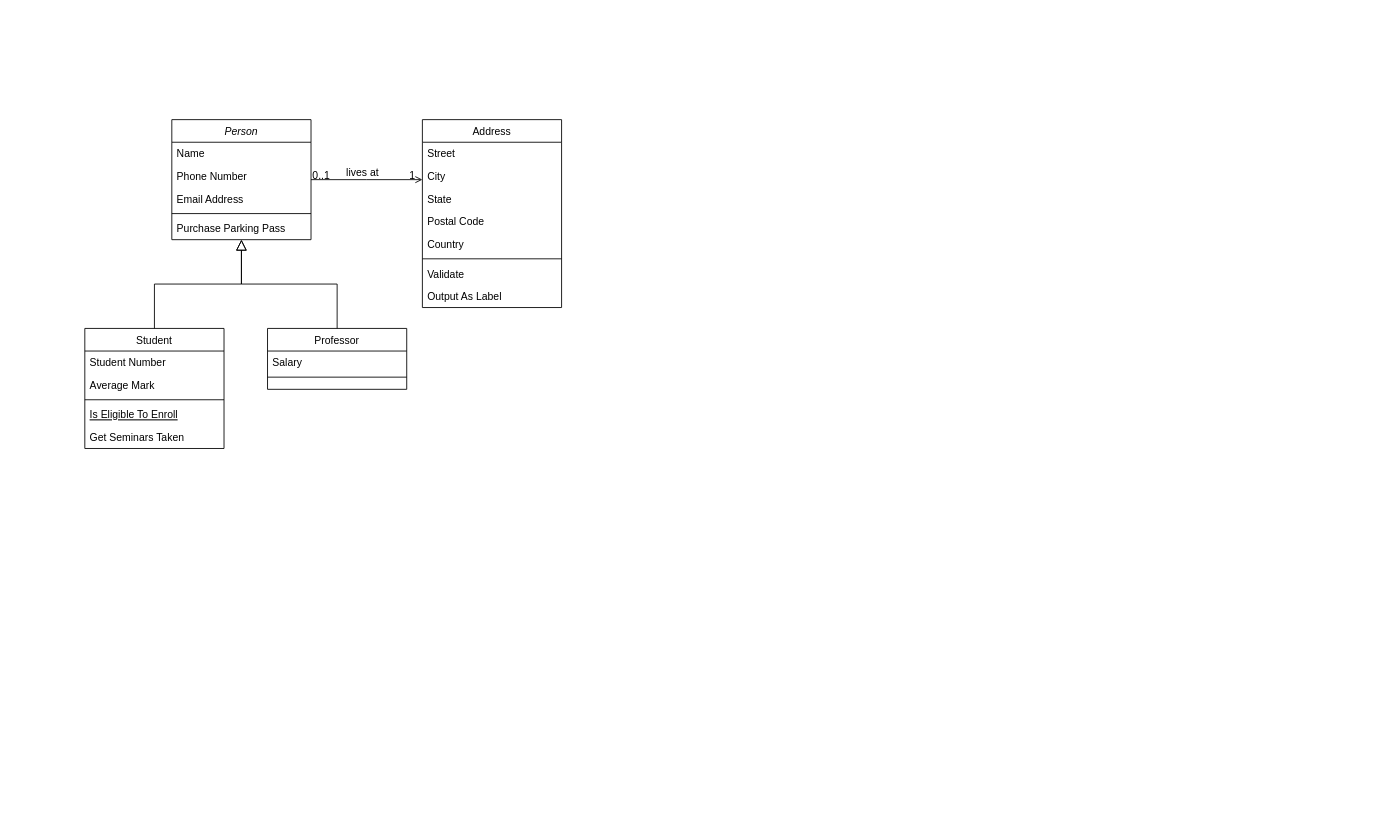
Earlier version of the draw.io diagram BaslerSystem.drawio (MaoLeiGur/VisionPipelineCpp). Source tidied: cells renumbered, new cells numbered last; positions are measured from the earlier drawing's top-left corner, leaving out a move shared by most shapes. Both pictures are drawn from the tidied source at 87%, with x=0, y=0 at pixel (84, 119).
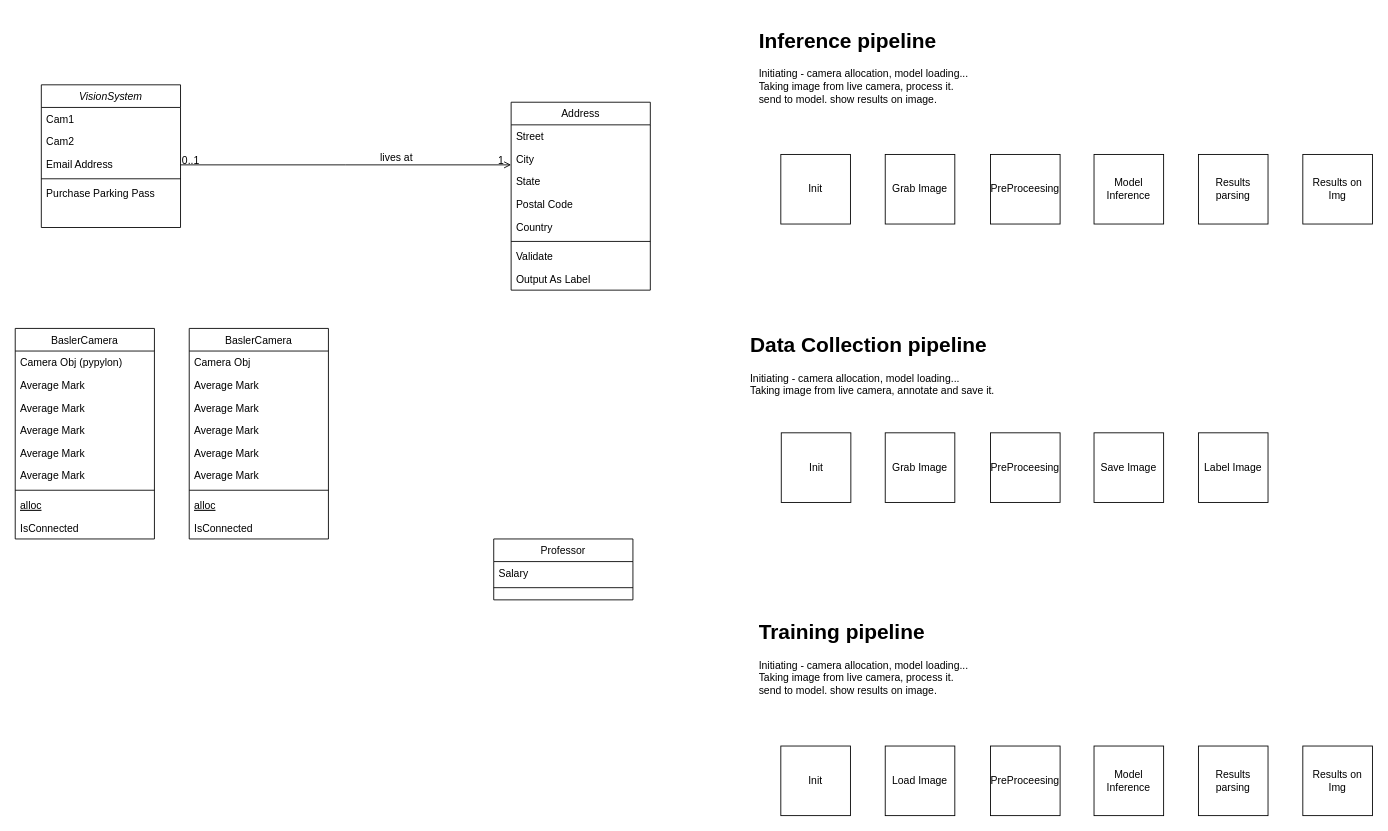
The same page after the edit.

Change to the diagram source:
```diff
@@
-    <mxCell id="2" value="Person" style="swimlane;fontStyle=2;align=center;verticalAlign=top;horizontal=1;startSize=26;rounded=0;shadow=0;strokeWidth=1;" parent="1" vertex="1">
-      <mxGeometry x="100" width="160" height="138" as="geometry" />
+    <mxCell id="2" value="VisionSystem" style="swimlane;fontStyle=2;align=center;verticalAlign=top;horizontal=1;startSize=26;rounded=0;shadow=0;strokeWidth=1;" parent="1" vertex="1">
+      <mxGeometry x="-50" y="-40" width="160" height="164" as="geometry" />
     </mxCell>
-    <mxCell id="3" value="Name" style="text;align=left;verticalAlign=top;spacingLeft=4;spacingRight=4;overflow=hidden;" parent="2" vertex="1">
+    <mxCell id="3" value="Cam1" style="text;align=left;verticalAlign=top;spacingLeft=4;spacingRight=4;overflow=hidden;" parent="2" vertex="1">
       <mxGeometry y="26" width="160" height="26" as="geometry" />
     </mxCell>
-    <mxCell id="4" value="Phone Number" style="text;align=left;verticalAlign=top;spacingLeft=4;spacingRight=4;overflow=hidden;rounded=0;shadow=0;html=0;" parent="2" vertex="1">
-      <mxGeometry y="52" width="160" height="26" as="geometry" />
-    </mxCell>
+    <mxCell id="32" value="Cam2" style="text;align=left;verticalAlign=top;spacingLeft=4;spacingRight=4;overflow=hidden;" parent="2" vertex="1">
+      <mxGeometry y="52" width="160" height="26" as="geometry" />
+    </mxCell>
@@
-    <mxCell id="8" value="Student" style="swimlane;fontStyle=0;align=center;verticalAlign=top;horizontal=1;startSize=26;rounded=0;shadow=0;strokeWidth=1;" parent="1" vertex="1">
-      <mxGeometry y="240" width="160" height="138" as="geometry" />
+    <mxCell id="8" value="BaslerCamera" style="swimlane;fontStyle=0;align=center;verticalAlign=top;horizontal=1;startSize=26;rounded=0;shadow=0;strokeWidth=1;" parent="1" vertex="1">
+      <mxGeometry x="-80" y="240" width="160" height="242" as="geometry" />
     </mxCell>
-    <mxCell id="9" value="Student Number" style="text;align=left;verticalAlign=top;spacingLeft=4;spacingRight=4;overflow=hidden;" parent="8" vertex="1">
+    <mxCell id="9" value="Camera Obj (pypylon)" style="text;align=left;verticalAlign=top;spacingLeft=4;spacingRight=4;overflow=hidden;" parent="8" vertex="1">
       <mxGeometry y="26" width="160" height="26" as="geometry" />
     </mxCell>
@@
+    <mxCell id="33" value="Average Mark" style="text;align=left;verticalAlign=top;spacingLeft=4;spacingRight=4;overflow=hidden;rounded=0;shadow=0;html=0;" parent="8" vertex="1">
+      <mxGeometry y="78" width="160" height="26" as="geometry" />
+    </mxCell>
+    <mxCell id="34" value="Average Mark" style="text;align=left;verticalAlign=top;spacingLeft=4;spacingRight=4;overflow=hidden;rounded=0;shadow=0;html=0;" parent="8" vertex="1">
+      <mxGeometry y="104" width="160" height="26" as="geometry" />
+    </mxCell>
+    <mxCell id="35" value="Average Mark" style="text;align=left;verticalAlign=top;spacingLeft=4;spacingRight=4;overflow=hidden;rounded=0;shadow=0;html=0;" parent="8" vertex="1">
+      <mxGeometry y="130" width="160" height="26" as="geometry" />
+    </mxCell>
+    <mxCell id="36" value="Average Mark" style="text;align=left;verticalAlign=top;spacingLeft=4;spacingRight=4;overflow=hidden;rounded=0;shadow=0;html=0;" parent="8" vertex="1">
+      <mxGeometry y="156" width="160" height="26" as="geometry" />
+    </mxCell>
     <mxCell id="11" style="line;html=1;strokeWidth=1;align=left;verticalAlign=middle;spacingTop=-1;spacingLeft=3;spacingRight=3;labelPosition=right;" parent="8" vertex="1">
-      <mxGeometry y="78" width="160" height="8" as="geometry" />
+      <mxGeometry y="182" width="160" height="8" as="geometry" />
     </mxCell>
-    <mxCell id="12" value="Is Eligible To Enroll" style="text;align=left;verticalAlign=top;spacingLeft=4;spacingRight=4;overflow=hidden;fontStyle=4;" parent="8" vertex="1">
-      <mxGeometry y="86" width="160" height="26" as="geometry" />
+    <mxCell id="12" value="alloc" style="text;align=left;verticalAlign=top;spacingLeft=4;spacingRight=4;overflow=hidden;fontStyle=4;" parent="8" vertex="1">
+      <mxGeometry y="190" width="160" height="26" as="geometry" />
     </mxCell>
-    <mxCell id="13" value="Get Seminars Taken" style="text;align=left;verticalAlign=top;spacingLeft=4;spacingRight=4;overflow=hidden;" parent="8" vertex="1">
-      <mxGeometry y="112" width="160" height="26" as="geometry" />
+    <mxCell id="13" value="IsConnected" style="text;align=left;verticalAlign=top;spacingLeft=4;spacingRight=4;overflow=hidden;" parent="8" vertex="1">
+      <mxGeometry y="216" width="160" height="26" as="geometry" />
     </mxCell>
-    <mxCell id="14" style="endArrow=block;endSize=10;endFill=0;shadow=0;strokeWidth=1;rounded=0;edgeStyle=elbowEdgeStyle;elbow=vertical;" parent="1" edge="1" source="8" target="2">
-      <mxGeometry relative="1" as="geometry" />
-    </mxCell>
     <mxCell id="15" value="Professor" style="swimlane;fontStyle=0;align=center;verticalAlign=top;horizontal=1;startSize=26;rounded=0;shadow=0;strokeWidth=1;" parent="1" vertex="1">
-      <mxGeometry x="210" y="240" width="160" height="70" as="geometry" />
+      <mxGeometry x="470" y="482" width="160" height="70" as="geometry" />
     </mxCell>
@@
-    <mxCell id="18" style="endArrow=block;endSize=10;endFill=0;shadow=0;strokeWidth=1;rounded=0;edgeStyle=elbowEdgeStyle;elbow=vertical;" parent="1" edge="1" source="15" target="2">
-      <mxGeometry relative="1" as="geometry" />
-    </mxCell>
     <mxCell id="19" value="Address" style="swimlane;fontStyle=0;align=center;verticalAlign=top;horizontal=1;startSize=26;rounded=0;shadow=0;strokeWidth=1;" parent="1" vertex="1">
-      <mxGeometry x="388" width="160" height="216" as="geometry" />
+      <mxGeometry x="490" y="-20" width="160" height="216" as="geometry" />
     </mxCell>
@@
+    <mxCell id="37" value="BaslerCamera" style="swimlane;fontStyle=0;align=center;verticalAlign=top;horizontal=1;startSize=26;rounded=0;shadow=0;strokeWidth=1;" parent="1" vertex="1">
+      <mxGeometry x="120" y="240" width="160" height="242" as="geometry" />
+    </mxCell>
+    <mxCell id="38" value="Camera Obj" style="text;align=left;verticalAlign=top;spacingLeft=4;spacingRight=4;overflow=hidden;" parent="37" vertex="1">
+      <mxGeometry y="26" width="160" height="26" as="geometry" />
+    </mxCell>
+    <mxCell id="39" value="Average Mark" style="text;align=left;verticalAlign=top;spacingLeft=4;spacingRight=4;overflow=hidden;rounded=0;shadow=0;html=0;" parent="37" vertex="1">
+      <mxGeometry y="52" width="160" height="26" as="geometry" />
+    </mxCell>
+    <mxCell id="40" value="Average Mark" style="text;align=left;verticalAlign=top;spacingLeft=4;spacingRight=4;overflow=hidden;rounded=0;shadow=0;html=0;" parent="37" vertex="1">
+      <mxGeometry y="78" width="160" height="26" as="geometry" />
+    </mxCell>
+    <mxCell id="41" value="Average Mark" style="text;align=left;verticalAlign=top;spacingLeft=4;spacingRight=4;overflow=hidden;rounded=0;shadow=0;html=0;" parent="37" vertex="1">
+      <mxGeometry y="104" width="160" height="26" as="geometry" />
+    </mxCell>
+    <mxCell id="42" value="Average Mark" style="text;align=left;verticalAlign=top;spacingLeft=4;spacingRight=4;overflow=hidden;rounded=0;shadow=0;html=0;" parent="37" vertex="1">
+      <mxGeometry y="130" width="160" height="26" as="geometry" />
+    </mxCell>
+    <mxCell id="43" value="Average Mark" style="text;align=left;verticalAlign=top;spacingLeft=4;spacingRight=4;overflow=hidden;rounded=0;shadow=0;html=0;" parent="37" vertex="1">
+      <mxGeometry y="156" width="160" height="26" as="geometry" />
+    </mxCell>
+    <mxCell id="44" style="line;html=1;strokeWidth=1;align=left;verticalAlign=middle;spacingTop=-1;spacingLeft=3;spacingRight=3;labelPosition=right;" parent="37" vertex="1">
+      <mxGeometry y="182" width="160" height="8" as="geometry" />
+    </mxCell>
+    <mxCell id="45" value="alloc" style="text;align=left;verticalAlign=top;spacingLeft=4;spacingRight=4;overflow=hidden;fontStyle=4;" parent="37" vertex="1">
+      <mxGeometry y="190" width="160" height="26" as="geometry" />
+    </mxCell>
+    <mxCell id="46" value="IsConnected" style="text;align=left;verticalAlign=top;spacingLeft=4;spacingRight=4;overflow=hidden;" parent="37" vertex="1">
+      <mxGeometry y="216" width="160" height="26" as="geometry" />
+    </mxCell>
+    <mxCell id="47" value="Init" style="rounded=0;whiteSpace=wrap;html=1;" parent="1" vertex="1">
+      <mxGeometry x="800" y="40" width="80" height="80" as="geometry" />
+    </mxCell>
+    <mxCell id="48" value="Grab Image" style="rounded=0;whiteSpace=wrap;html=1;" parent="1" vertex="1">
+      <mxGeometry x="920" y="40" width="80" height="80" as="geometry" />
+    </mxCell>
+    <mxCell id="49" value="PreProceesing" style="rounded=0;whiteSpace=wrap;html=1;" parent="1" vertex="1">
+      <mxGeometry x="1041" y="40" width="80" height="80" as="geometry" />
+    </mxCell>
+    <mxCell id="50" value="Model Inference" style="rounded=0;whiteSpace=wrap;html=1;" parent="1" vertex="1">
+      <mxGeometry x="1160" y="40" width="80" height="80" as="geometry" />
+    </mxCell>
+    <mxCell id="51" value="Results parsing" style="rounded=0;whiteSpace=wrap;html=1;" parent="1" vertex="1">
+      <mxGeometry x="1280" y="40" width="80" height="80" as="geometry" />
+    </mxCell>
+    <mxCell id="52" value="Results on Img" style="rounded=0;whiteSpace=wrap;html=1;" parent="1" vertex="1">
+      <mxGeometry x="1400" y="40" width="80" height="80" as="geometry" />
+    </mxCell>
+    <mxCell id="53" value="&lt;h1&gt;Inference pipeline&lt;/h1&gt;&lt;p&gt;Initiating - camera allocation, model loading...&lt;br&gt;&lt;span style=&quot;background-color: initial;&quot;&gt;Taking image from live camera&lt;/span&gt;&lt;span style=&quot;background-color: initial;&quot;&gt;, process it. send to model. show results on image.&lt;/span&gt;&lt;/p&gt;" style="text;html=1;strokeColor=none;fillColor=none;spacing=5;spacingTop=-20;whiteSpace=wrap;overflow=hidden;rounded=0;" parent="1" vertex="1">
+      <mxGeometry x="770" y="-110" width="250" height="120" as="geometry" />
+    </mxCell>
+    <mxCell id="54" value="Init" style="rounded=0;whiteSpace=wrap;html=1;" parent="1" vertex="1">
+      <mxGeometry x="800.5" y="360" width="80" height="80" as="geometry" />
+    </mxCell>
+    <mxCell id="55" value="Grab Image" style="rounded=0;whiteSpace=wrap;html=1;" parent="1" vertex="1">
+      <mxGeometry x="920" y="360" width="80" height="80" as="geometry" />
+    </mxCell>
+    <mxCell id="56" value="PreProceesing" style="rounded=0;whiteSpace=wrap;html=1;" parent="1" vertex="1">
+      <mxGeometry x="1041" y="360" width="80" height="80" as="geometry" />
+    </mxCell>
+    <mxCell id="57" value="Save Image" style="rounded=0;whiteSpace=wrap;html=1;" parent="1" vertex="1">
+      <mxGeometry x="1160" y="360" width="80" height="80" as="geometry" />
+    </mxCell>
+    <mxCell id="58" value="Label Image" style="rounded=0;whiteSpace=wrap;html=1;" parent="1" vertex="1">
+      <mxGeometry x="1280" y="360" width="80" height="80" as="geometry" />
+    </mxCell>
+    <mxCell id="59" value="&lt;h1&gt;Data Collection pipeline&lt;/h1&gt;&lt;p&gt;Initiating - camera allocation, model loading...&lt;br&gt;&lt;span style=&quot;background-color: initial;&quot;&gt;Taking image from live camera&lt;/span&gt;&lt;span style=&quot;background-color: initial;&quot;&gt;, annotate and save it.&lt;/span&gt;&lt;/p&gt;" style="text;html=1;strokeColor=none;fillColor=none;spacing=5;spacingTop=-20;whiteSpace=wrap;overflow=hidden;rounded=0;" parent="1" vertex="1">
+      <mxGeometry x="760" y="240" width="310" height="120" as="geometry" />
+    </mxCell>
+    <mxCell id="60" value="Init" style="rounded=0;whiteSpace=wrap;html=1;" parent="1" vertex="1">
+      <mxGeometry x="800" y="720" width="80" height="80" as="geometry" />
+    </mxCell>
+    <mxCell id="61" value="Load Image" style="rounded=0;whiteSpace=wrap;html=1;" parent="1" vertex="1">
+      <mxGeometry x="920" y="720" width="80" height="80" as="geometry" />
+    </mxCell>
+    <mxCell id="62" value="PreProceesing" style="rounded=0;whiteSpace=wrap;html=1;" parent="1" vertex="1">
+      <mxGeometry x="1041" y="720" width="80" height="80" as="geometry" />
+    </mxCell>
+    <mxCell id="63" value="Model Inference" style="rounded=0;whiteSpace=wrap;html=1;" parent="1" vertex="1">
+      <mxGeometry x="1160" y="720" width="80" height="80" as="geometry" />
+    </mxCell>
+    <mxCell id="64" value="Results parsing" style="rounded=0;whiteSpace=wrap;html=1;" parent="1" vertex="1">
+      <mxGeometry x="1280" y="720" width="80" height="80" as="geometry" />
+    </mxCell>
+    <mxCell id="65" value="Results on Img" style="rounded=0;whiteSpace=wrap;html=1;" parent="1" vertex="1">
+      <mxGeometry x="1400" y="720" width="80" height="80" as="geometry" />
+    </mxCell>
+    <mxCell id="66" value="&lt;h1&gt;Training pipeline&lt;/h1&gt;&lt;p&gt;Initiating - camera allocation, model loading...&lt;br&gt;&lt;span style=&quot;background-color: initial;&quot;&gt;Taking image from live camera&lt;/span&gt;&lt;span style=&quot;background-color: initial;&quot;&gt;, process it. send to model. show results on image.&lt;/span&gt;&lt;/p&gt;" style="text;html=1;strokeColor=none;fillColor=none;spacing=5;spacingTop=-20;whiteSpace=wrap;overflow=hidden;rounded=0;" parent="1" vertex="1">
+      <mxGeometry x="770" y="570" width="250" height="120" as="geometry" />
+    </mxCell>
```
